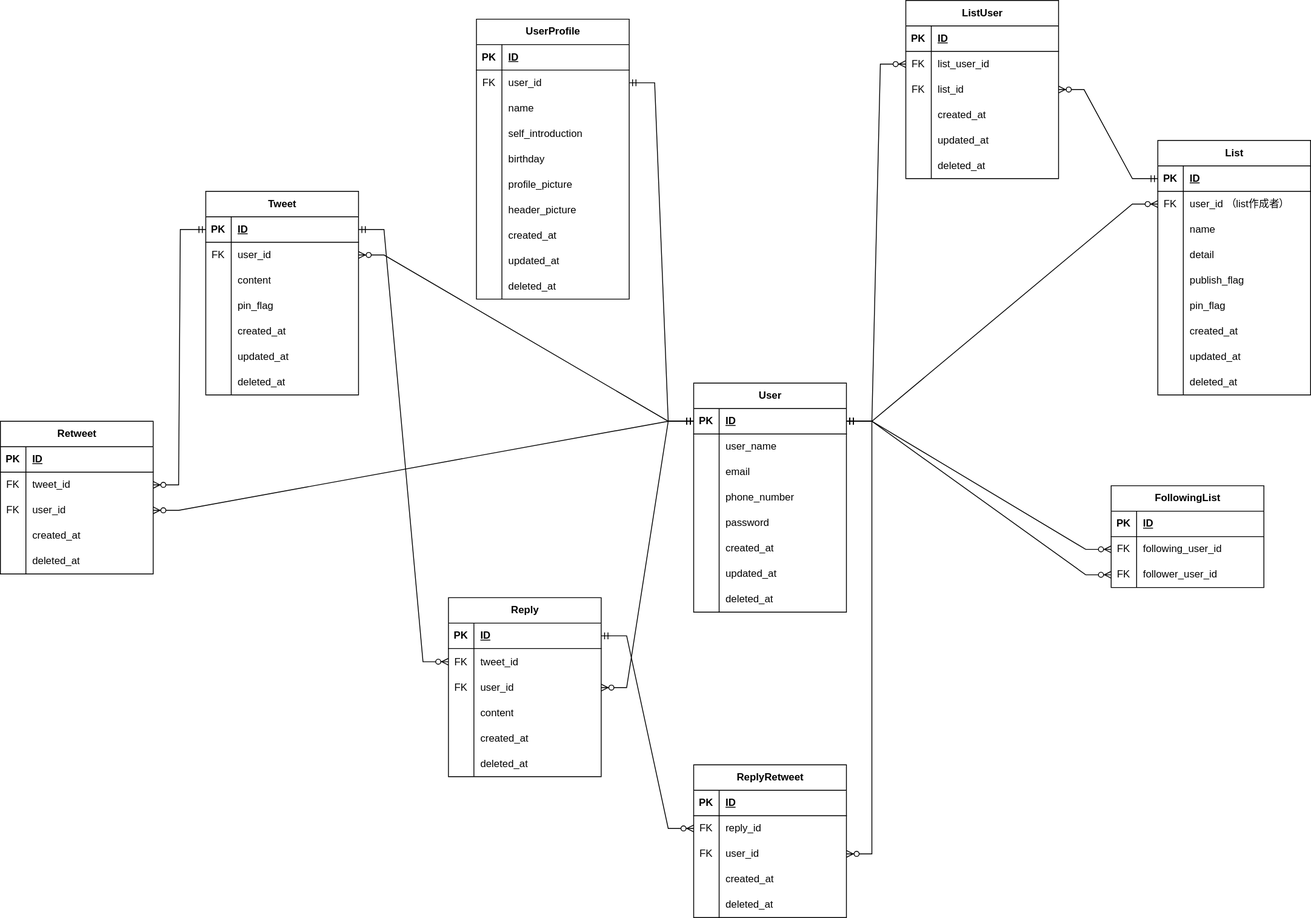
Above: docs/tweet_er.drawio.svg in ckym02/tweet (draw.io), before the change. Source tidied: cells renumbered, new cells last; positions are measured from the earlier drawing's top-left corner, leaving out a move shared by most shapes.
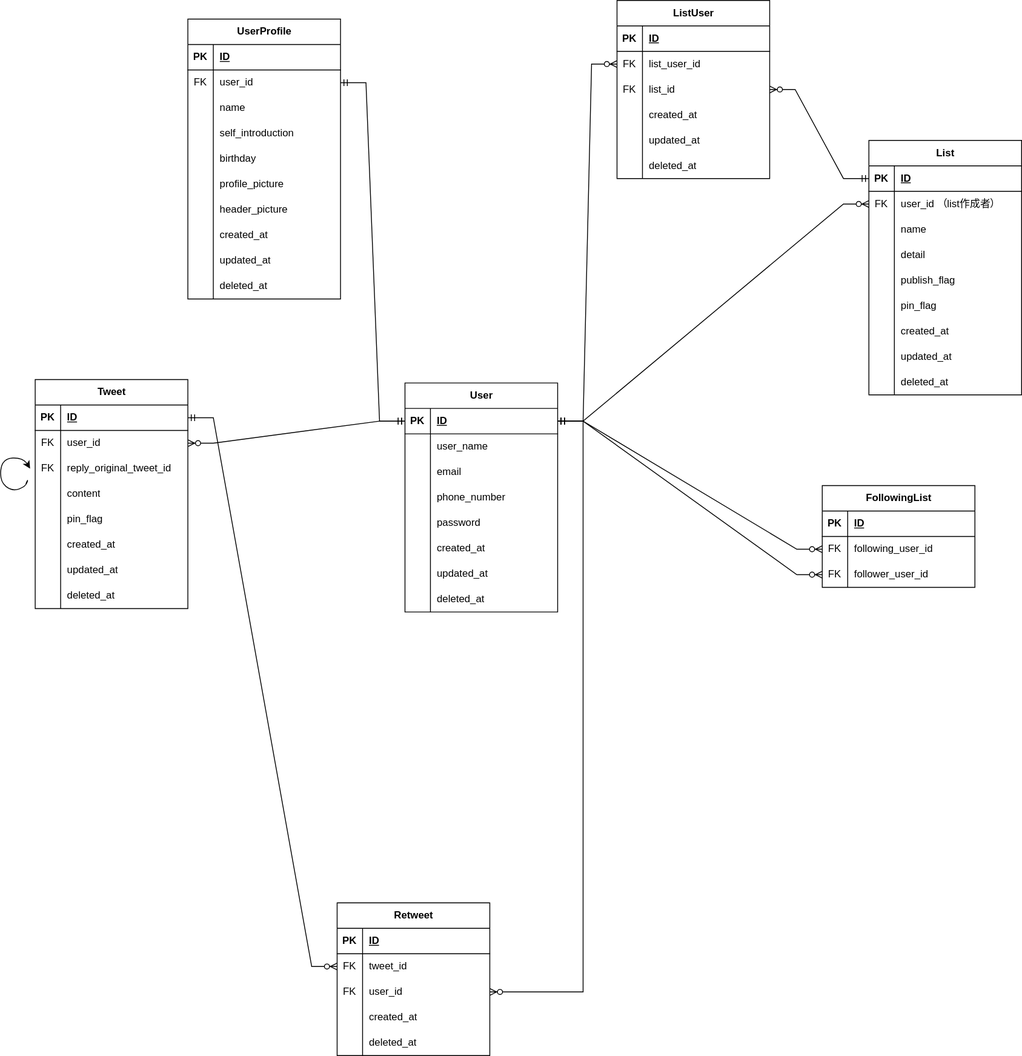
The same diagram one commit later.

Commit message:
自己参照にする

Change to the diagram source:
```diff
@@ -78,7 +78,7 @@
       <mxGeometry x="30" width="150" height="30" as="geometry" />
     </mxCell>
     <mxCell id="27" value="Tweet" style="shape=table;startSize=30;rowLines=0;fontStyle=1;align=center;html=1;swimlaneLine=1;" parent="1" vertex="1">
-      <mxGeometry x="242" y="225" width="180" height="240" as="geometry" />
+      <mxGeometry x="381" y="447" width="180" height="270" as="geometry" />
     </mxCell>
     <mxCell id="28" style="shape=tableRow;horizontal=0;startSize=0;swimlaneHead=0;swimlaneBody=0;fillColor=none;points=[[0,0.5],[1,0.5]];portConstraint=eastwest;top=0;left=0;right=0;bottom=1;" parent="27" vertex="1">
       <mxGeometry y="30" width="180" height="30" as="geometry" />
@@ -101,14 +101,23 @@
     <mxCell id="34" style="shape=tableRow;horizontal=0;startSize=0;swimlaneHead=0;swimlaneBody=0;fillColor=none;top=0;left=0;right=0;bottom=0;" parent="27" vertex="1">
       <mxGeometry y="90" width="180" height="30" as="geometry" />
     </mxCell>
-    <mxCell id="35" style="shape=partialRectangle;fillColor=none;top=0;left=0;bottom=0;right=0;overflow=hidden;whiteSpace=wrap;html=1;" parent="34" vertex="1">
+    <mxCell id="35" value="FK" style="shape=partialRectangle;fillColor=none;top=0;left=0;bottom=0;right=0;overflow=hidden;whiteSpace=wrap;html=1;" parent="34" vertex="1">
       <mxGeometry width="30" height="30" as="geometry" />
     </mxCell>
-    <mxCell id="36" value="content" style="shape=partialRectangle;fillColor=none;top=0;left=0;bottom=0;right=0;align=left;spacingLeft=6;overflow=hidden;whiteSpace=wrap;html=1;" parent="34" vertex="1">
+    <mxCell id="36" value="reply_original_tweet_id" style="shape=partialRectangle;fillColor=none;top=0;left=0;bottom=0;right=0;align=left;spacingLeft=6;overflow=hidden;whiteSpace=wrap;html=1;" parent="34" vertex="1">
       <mxGeometry x="30" width="150" height="30" as="geometry" />
     </mxCell>
+    <mxCell id="189" style="shape=tableRow;horizontal=0;startSize=0;swimlaneHead=0;swimlaneBody=0;fillColor=none;top=0;left=0;right=0;bottom=0;" parent="27" vertex="1">
+      <mxGeometry y="120" width="180" height="30" as="geometry" />
+    </mxCell>
+    <mxCell id="201" style="shape=partialRectangle;fillColor=none;top=0;left=0;bottom=0;right=0;overflow=hidden;whiteSpace=wrap;html=1;" parent="189" vertex="1">
+      <mxGeometry width="30" height="30" as="geometry" />
+    </mxCell>
+    <mxCell id="99" value="content" style="shape=partialRectangle;fillColor=none;top=0;left=0;bottom=0;right=0;align=left;spacingLeft=6;overflow=hidden;whiteSpace=wrap;html=1;" parent="189" vertex="1">
+      <mxGeometry x="30" width="150" height="30" as="geometry" />
+    </mxCell>
     <mxCell id="37" style="shape=tableRow;horizontal=0;startSize=0;swimlaneHead=0;swimlaneBody=0;fillColor=none;top=0;left=0;right=0;bottom=0;" parent="27" vertex="1">
-      <mxGeometry y="120" width="180" height="30" as="geometry" />
+      <mxGeometry y="150" width="180" height="30" as="geometry" />
     </mxCell>
     <mxCell id="38" style="shape=partialRectangle;fillColor=none;top=0;left=0;bottom=0;right=0;overflow=hidden;whiteSpace=wrap;html=1;" parent="37" vertex="1">
       <mxGeometry width="30" height="30" as="geometry" />
@@ -117,7 +126,7 @@
       <mxGeometry x="30" width="150" height="30" as="geometry" />
     </mxCell>
     <mxCell id="40" style="shape=tableRow;horizontal=0;startSize=0;swimlaneHead=0;swimlaneBody=0;fillColor=none;top=0;left=0;right=0;bottom=0;" parent="27" vertex="1">
-      <mxGeometry y="150" width="180" height="30" as="geometry" />
+      <mxGeometry y="180" width="180" height="30" as="geometry" />
     </mxCell>
     <mxCell id="41" style="shape=partialRectangle;fillColor=none;top=0;left=0;bottom=0;right=0;overflow=hidden;whiteSpace=wrap;html=1;" parent="40" vertex="1">
       <mxGeometry width="30" height="30" as="geometry" />
@@ -126,7 +135,7 @@
       <mxGeometry x="30" width="150" height="30" as="geometry" />
     </mxCell>
     <mxCell id="43" style="shape=tableRow;horizontal=0;startSize=0;swimlaneHead=0;swimlaneBody=0;fillColor=none;top=0;left=0;right=0;bottom=0;" parent="27" vertex="1">
-      <mxGeometry y="180" width="180" height="30" as="geometry" />
+      <mxGeometry y="210" width="180" height="30" as="geometry" />
     </mxCell>
     <mxCell id="44" style="shape=partialRectangle;fillColor=none;top=0;left=0;bottom=0;right=0;overflow=hidden;whiteSpace=wrap;html=1;" parent="43" vertex="1">
       <mxGeometry width="30" height="30" as="geometry" />
@@ -135,7 +144,7 @@
       <mxGeometry x="30" width="150" height="30" as="geometry" />
     </mxCell>
     <mxCell id="46" style="shape=tableRow;horizontal=0;startSize=0;swimlaneHead=0;swimlaneBody=0;fillColor=none;top=0;left=0;right=0;bottom=0;" parent="27" vertex="1">
-      <mxGeometry y="210" width="180" height="30" as="geometry" />
+      <mxGeometry y="240" width="180" height="30" as="geometry" />
     </mxCell>
     <mxCell id="47" style="shape=partialRectangle;fillColor=none;top=0;left=0;bottom=0;right=0;overflow=hidden;whiteSpace=wrap;html=1;" parent="46" vertex="1">
       <mxGeometry width="30" height="30" as="geometry" />
@@ -257,65 +266,8 @@
     <mxCell id="86" value="deleted_at" style="shape=partialRectangle;fillColor=none;top=0;left=0;bottom=0;right=0;align=left;spacingLeft=6;overflow=hidden;whiteSpace=wrap;html=1;" parent="84" vertex="1">
       <mxGeometry x="30" width="150" height="30" as="geometry" />
     </mxCell>
-    <mxCell id="87" value="Reply" style="shape=table;startSize=30;rowLines=0;fontStyle=1;align=center;html=1;" parent="1" vertex="1">
-      <mxGeometry x="528" y="704" width="180" height="211" as="geometry" />
-    </mxCell>
-    <mxCell id="88" style="shape=tableRow;horizontal=0;startSize=0;swimlaneHead=0;swimlaneBody=0;fillColor=none;points=[[0,0.5],[1,0.5]];portConstraint=eastwest;top=0;left=0;right=0;bottom=1;" parent="87" vertex="1">
-      <mxGeometry y="30" width="180" height="30" as="geometry" />
-    </mxCell>
-    <mxCell id="89" value="PK" style="shape=partialRectangle;fillColor=none;top=0;left=0;bottom=0;right=0;fontStyle=1;overflow=hidden;whiteSpace=wrap;html=1;" parent="88" vertex="1">
-      <mxGeometry width="30" height="30" as="geometry" />
-    </mxCell>
-    <mxCell id="90" value="ID" style="shape=partialRectangle;fillColor=none;top=0;left=0;bottom=0;right=0;align=left;spacingLeft=6;fontStyle=5;overflow=hidden;whiteSpace=wrap;html=1;" parent="88" vertex="1">
-      <mxGeometry x="30" width="150" height="30" as="geometry" />
-    </mxCell>
-    <mxCell id="91" style="shape=tableRow;horizontal=0;startSize=0;swimlaneHead=0;swimlaneBody=0;fillColor=none;points=[[0,0.5],[1,0.5]];portConstraint=eastwest;top=0;left=0;right=0;bottom=0;" parent="87" vertex="1">
-      <mxGeometry y="60" width="180" height="31" as="geometry" />
-    </mxCell>
-    <mxCell id="92" value="FK" style="shape=partialRectangle;fillColor=none;top=0;left=0;bottom=0;right=0;overflow=hidden;whiteSpace=wrap;html=1;" parent="91" vertex="1">
-      <mxGeometry width="30" height="31" as="geometry" />
-    </mxCell>
-    <mxCell id="93" value="tweet_id" style="shape=partialRectangle;fillColor=none;top=0;left=0;bottom=0;right=0;align=left;spacingLeft=6;overflow=hidden;whiteSpace=wrap;html=1;" parent="91" vertex="1">
-      <mxGeometry x="30" width="150" height="31" as="geometry" />
-    </mxCell>
-    <mxCell id="94" style="shape=tableRow;horizontal=0;startSize=0;swimlaneHead=0;swimlaneBody=0;fillColor=none;points=[[0,0.5],[1,0.5]];portConstraint=eastwest;top=0;left=0;right=0;bottom=0;" parent="87" vertex="1">
-      <mxGeometry y="91" width="180" height="30" as="geometry" />
-    </mxCell>
-    <mxCell id="95" value="FK" style="shape=partialRectangle;fillColor=none;top=0;left=0;bottom=0;right=0;overflow=hidden;whiteSpace=wrap;html=1;" parent="94" vertex="1">
-      <mxGeometry width="30" height="30" as="geometry" />
-    </mxCell>
-    <mxCell id="96" value="user_id" style="shape=partialRectangle;fillColor=none;top=0;left=0;bottom=0;right=0;align=left;spacingLeft=6;overflow=hidden;whiteSpace=wrap;html=1;" parent="94" vertex="1">
-      <mxGeometry x="30" width="150" height="30" as="geometry" />
-    </mxCell>
-    <mxCell id="97" style="shape=tableRow;horizontal=0;startSize=0;swimlaneHead=0;swimlaneBody=0;fillColor=none;top=0;left=0;right=0;bottom=0;" parent="87" vertex="1">
-      <mxGeometry y="121" width="180" height="30" as="geometry" />
-    </mxCell>
-    <mxCell id="98" style="shape=partialRectangle;fillColor=none;top=0;left=0;bottom=0;right=0;overflow=hidden;whiteSpace=wrap;html=1;" parent="97" vertex="1">
-      <mxGeometry width="30" height="30" as="geometry" />
-    </mxCell>
-    <mxCell id="99" value="content" style="shape=partialRectangle;fillColor=none;top=0;left=0;bottom=0;right=0;align=left;spacingLeft=6;overflow=hidden;whiteSpace=wrap;html=1;" parent="97" vertex="1">
-      <mxGeometry x="30" width="150" height="30" as="geometry" />
-    </mxCell>
-    <mxCell id="100" style="shape=tableRow;horizontal=0;startSize=0;swimlaneHead=0;swimlaneBody=0;fillColor=none;top=0;left=0;right=0;bottom=0;" parent="87" vertex="1">
-      <mxGeometry y="151" width="180" height="30" as="geometry" />
-    </mxCell>
-    <mxCell id="101" style="shape=partialRectangle;fillColor=none;top=0;left=0;bottom=0;right=0;overflow=hidden;whiteSpace=wrap;html=1;" parent="100" vertex="1">
-      <mxGeometry width="30" height="30" as="geometry" />
-    </mxCell>
-    <mxCell id="102" value="created_at" style="shape=partialRectangle;fillColor=none;top=0;left=0;bottom=0;right=0;align=left;spacingLeft=6;overflow=hidden;whiteSpace=wrap;html=1;" parent="100" vertex="1">
-      <mxGeometry x="30" width="150" height="30" as="geometry" />
-    </mxCell>
-    <mxCell id="103" style="shape=tableRow;horizontal=0;startSize=0;swimlaneHead=0;swimlaneBody=0;fillColor=none;top=0;left=0;right=0;bottom=0;" parent="87" vertex="1">
-      <mxGeometry y="181" width="180" height="30" as="geometry" />
-    </mxCell>
-    <mxCell id="104" style="shape=partialRectangle;fillColor=none;top=0;left=0;bottom=0;right=0;overflow=hidden;whiteSpace=wrap;html=1;" parent="103" vertex="1">
-      <mxGeometry width="30" height="30" as="geometry" />
-    </mxCell>
-    <mxCell id="105" value="deleted_at" style="shape=partialRectangle;fillColor=none;top=0;left=0;bottom=0;right=0;align=left;spacingLeft=6;overflow=hidden;whiteSpace=wrap;html=1;" parent="103" vertex="1">
-      <mxGeometry x="30" width="150" height="30" as="geometry" />
-    </mxCell>
     <mxCell id="106" value="Retweet" style="shape=table;startSize=30;rowLines=0;fontStyle=1;align=center;html=1;" parent="1" vertex="1">
-      <mxGeometry y="496" width="180" height="180" as="geometry" />
+      <mxGeometry x="737" y="1064" width="180" height="180" as="geometry" />
     </mxCell>
     <mxCell id="107" style="shape=tableRow;horizontal=0;startSize=0;swimlaneHead=0;swimlaneBody=0;fillColor=none;top=0;left=0;right=0;bottom=1;" parent="106" vertex="1">
       <mxGeometry y="30" width="180" height="30" as="geometry" />
@@ -365,12 +317,6 @@
     <mxCell id="122" style="edgeStyle=entityRelationEdgeStyle;fontSize=12;html=1;endArrow=ERzeroToMany;startArrow=ERmandOne;rounded=0;exitX=0;exitY=0.5;exitDx=0;exitDy=0;entryX=1;entryY=0.5;entryDx=0;entryDy=0;" parent="1" edge="1" source="3" target="31">
       <mxGeometry relative="1" as="geometry" />
     </mxCell>
-    <mxCell id="123" style="edgeStyle=entityRelationEdgeStyle;fontSize=12;html=1;endArrow=ERzeroToMany;startArrow=ERmandOne;rounded=0;entryX=1;entryY=0.5;entryDx=0;entryDy=0;" parent="1" edge="1" source="3" target="94">
-      <mxGeometry relative="1" as="geometry" />
-    </mxCell>
-    <mxCell id="124" style="edgeStyle=entityRelationEdgeStyle;fontSize=12;html=1;endArrow=ERzeroToMany;startArrow=ERmandOne;rounded=0;exitX=1;exitY=0.5;exitDx=0;exitDy=0;entryX=0;entryY=0.5;entryDx=0;entryDy=0;" parent="1" edge="1" source="28" target="91">
-      <mxGeometry relative="1" as="geometry" />
-    </mxCell>
     <mxCell id="125" style="edgeStyle=entityRelationEdgeStyle;fontSize=12;html=1;endArrow=ERzeroToMany;startArrow=ERmandOne;rounded=0;entryX=0;entryY=0.5;entryDx=0;entryDy=0;" parent="1" edge="1" source="3" target="53">
       <mxGeometry relative="1" as="geometry" />
     </mxCell>
@@ -530,57 +476,9 @@
     <mxCell id="177" style="edgeStyle=entityRelationEdgeStyle;fontSize=12;html=1;endArrow=ERzeroToMany;startArrow=ERmandOne;rounded=0;" parent="1" edge="1" source="3" target="113">
       <mxGeometry relative="1" as="geometry" />
     </mxCell>
-    <mxCell id="178" style="edgeStyle=entityRelationEdgeStyle;fontSize=12;html=1;endArrow=ERzeroToMany;startArrow=ERmandOne;rounded=0;exitX=0;exitY=0.5;exitDx=0;exitDy=0;" parent="1" edge="1" source="28" target="110">
+    <mxCell id="178" style="edgeStyle=entityRelationEdgeStyle;fontSize=12;html=1;endArrow=ERzeroToMany;startArrow=ERmandOne;rounded=0;exitX=1;exitY=0.5;exitDx=0;exitDy=0;" parent="1" edge="1" source="30" target="110">
       <mxGeometry relative="1" as="geometry" />
     </mxCell>
-    <mxCell id="179" value="ReplyRetweet" style="shape=table;startSize=30;rowLines=0;fontStyle=1;align=center;html=1;" parent="1" vertex="1">
-      <mxGeometry x="817" y="901" width="180" height="180" as="geometry" />
-    </mxCell>
-    <mxCell id="180" style="shape=tableRow;horizontal=0;startSize=0;swimlaneHead=0;swimlaneBody=0;fillColor=none;top=0;left=0;right=0;bottom=1;" parent="179" vertex="1">
-      <mxGeometry y="30" width="180" height="30" as="geometry" />
-    </mxCell>
-    <mxCell id="181" value="PK" style="shape=partialRectangle;fillColor=none;top=0;left=0;bottom=0;right=0;fontStyle=1;overflow=hidden;whiteSpace=wrap;html=1;" parent="180" vertex="1">
-      <mxGeometry width="30" height="30" as="geometry" />
-    </mxCell>
-    <mxCell id="182" value="ID" style="shape=partialRectangle;fillColor=none;top=0;left=0;bottom=0;right=0;align=left;spacingLeft=6;fontStyle=5;overflow=hidden;whiteSpace=wrap;html=1;" parent="180" vertex="1">
-      <mxGeometry x="30" width="150" height="30" as="geometry" />
-    </mxCell>
-    <mxCell id="183" style="shape=tableRow;horizontal=0;startSize=0;swimlaneHead=0;swimlaneBody=0;fillColor=none;points=[[0,0.5],[1,0.5]];portConstraint=eastwest;top=0;left=0;right=0;bottom=0;" parent="179" vertex="1">
-      <mxGeometry y="60" width="180" height="30" as="geometry" />
-    </mxCell>
-    <mxCell id="184" value="FK" style="shape=partialRectangle;fillColor=none;top=0;left=0;bottom=0;right=0;overflow=hidden;whiteSpace=wrap;html=1;" parent="183" vertex="1">
-      <mxGeometry width="30" height="30" as="geometry" />
-    </mxCell>
-    <mxCell id="185" value="reply_id" style="shape=partialRectangle;fillColor=none;top=0;left=0;bottom=0;right=0;align=left;spacingLeft=6;overflow=hidden;whiteSpace=wrap;html=1;" parent="183" vertex="1">
-      <mxGeometry x="30" width="150" height="30" as="geometry" />
-    </mxCell>
-    <mxCell id="186" style="shape=tableRow;horizontal=0;startSize=0;swimlaneHead=0;swimlaneBody=0;fillColor=none;points=[[0,0.5],[1,0.5]];portConstraint=eastwest;top=0;left=0;right=0;bottom=0;" parent="179" vertex="1">
-      <mxGeometry y="90" width="180" height="30" as="geometry" />
-    </mxCell>
-    <mxCell id="187" value="FK" style="shape=partialRectangle;fillColor=none;top=0;left=0;bottom=0;right=0;overflow=hidden;whiteSpace=wrap;html=1;" parent="186" vertex="1">
-      <mxGeometry width="30" height="30" as="geometry" />
-    </mxCell>
-    <mxCell id="188" value="user_id" style="shape=partialRectangle;fillColor=none;top=0;left=0;bottom=0;right=0;align=left;spacingLeft=6;overflow=hidden;whiteSpace=wrap;html=1;" parent="186" vertex="1">
-      <mxGeometry x="30" width="150" height="30" as="geometry" />
-    </mxCell>
-    <mxCell id="189" style="shape=tableRow;horizontal=0;startSize=0;swimlaneHead=0;swimlaneBody=0;fillColor=none;top=0;left=0;right=0;bottom=0;" parent="179" vertex="1">
-      <mxGeometry y="120" width="180" height="30" as="geometry" />
-    </mxCell>
-    <mxCell id="190" style="shape=partialRectangle;fillColor=none;top=0;left=0;bottom=0;right=0;overflow=hidden;whiteSpace=wrap;html=1;" parent="189" vertex="1">
-      <mxGeometry width="30" height="30" as="geometry" />
-    </mxCell>
-    <mxCell id="191" value="created_at" style="shape=partialRectangle;fillColor=none;top=0;left=0;bottom=0;right=0;align=left;spacingLeft=6;overflow=hidden;whiteSpace=wrap;html=1;" parent="189" vertex="1">
-      <mxGeometry x="30" width="150" height="30" as="geometry" />
-    </mxCell>
-    <mxCell id="192" style="shape=tableRow;horizontal=0;startSize=0;swimlaneHead=0;swimlaneBody=0;fillColor=none;top=0;left=0;right=0;bottom=0;" parent="179" vertex="1">
-      <mxGeometry y="150" width="180" height="30" as="geometry" />
-    </mxCell>
-    <mxCell id="193" style="shape=partialRectangle;fillColor=none;top=0;left=0;bottom=0;right=0;overflow=hidden;whiteSpace=wrap;html=1;" parent="192" vertex="1">
-      <mxGeometry width="30" height="30" as="geometry" />
-    </mxCell>
-    <mxCell id="194" value="deleted_at" style="shape=partialRectangle;fillColor=none;top=0;left=0;bottom=0;right=0;align=left;spacingLeft=6;overflow=hidden;whiteSpace=wrap;html=1;" parent="192" vertex="1">
-      <mxGeometry x="30" width="150" height="30" as="geometry" />
-    </mxCell>
     <mxCell id="195" style="edgeStyle=entityRelationEdgeStyle;fontSize=12;html=1;endArrow=ERmandOne;startArrow=ERmandOne;rounded=0;entryX=1;entryY=0.5;entryDx=0;entryDy=0;" parent="1" edge="1" source="3" target="149">
       <mxGeometry relative="1" as="geometry" />
     </mxCell>
@@ -593,11 +491,19 @@
     <mxCell id="198" style="edgeStyle=entityRelationEdgeStyle;fontSize=12;html=1;endArrow=ERzeroToMany;startArrow=ERmandOne;rounded=0;" parent="1" edge="1" source="3" target="56">
       <mxGeometry relative="1" as="geometry" />
     </mxCell>
-    <mxCell id="199" style="edgeStyle=entityRelationEdgeStyle;fontSize=12;html=1;endArrow=ERzeroToMany;startArrow=ERmandOne;rounded=0;" parent="1" edge="1" source="88" target="183">
-      <mxGeometry relative="1" as="geometry" />
-    </mxCell>
-    <mxCell id="200" style="edgeStyle=entityRelationEdgeStyle;fontSize=12;html=1;endArrow=ERzeroToMany;startArrow=ERmandOne;rounded=0;" parent="1" edge="1" source="3" target="186">
-      <mxGeometry relative="1" as="geometry" />
-    </mxCell>
+    <mxCell id="202" style="curved=1;endArrow=classic;html=1;rounded=0;" parent="1" edge="1">
+      <mxGeometry relative="1" as="geometry">
+        <mxPoint x="370" y="570" as="sourcePoint" />
+        <mxPoint x="375" y="552" as="targetPoint" />
+        <Array as="points">
+          <mxPoint x="373" y="563" />
+          <mxPoint x="370" y="573" />
+          <mxPoint x="354" y="579" />
+          <mxPoint x="339" y="567" />
+          <mxPoint x="342" y="540" />
+          <mxPoint x="367" y="539" />
+        </Array>
+      </mxGeometry>
+    </mxCell>
   </root>
 </mxGraphModel>
```
